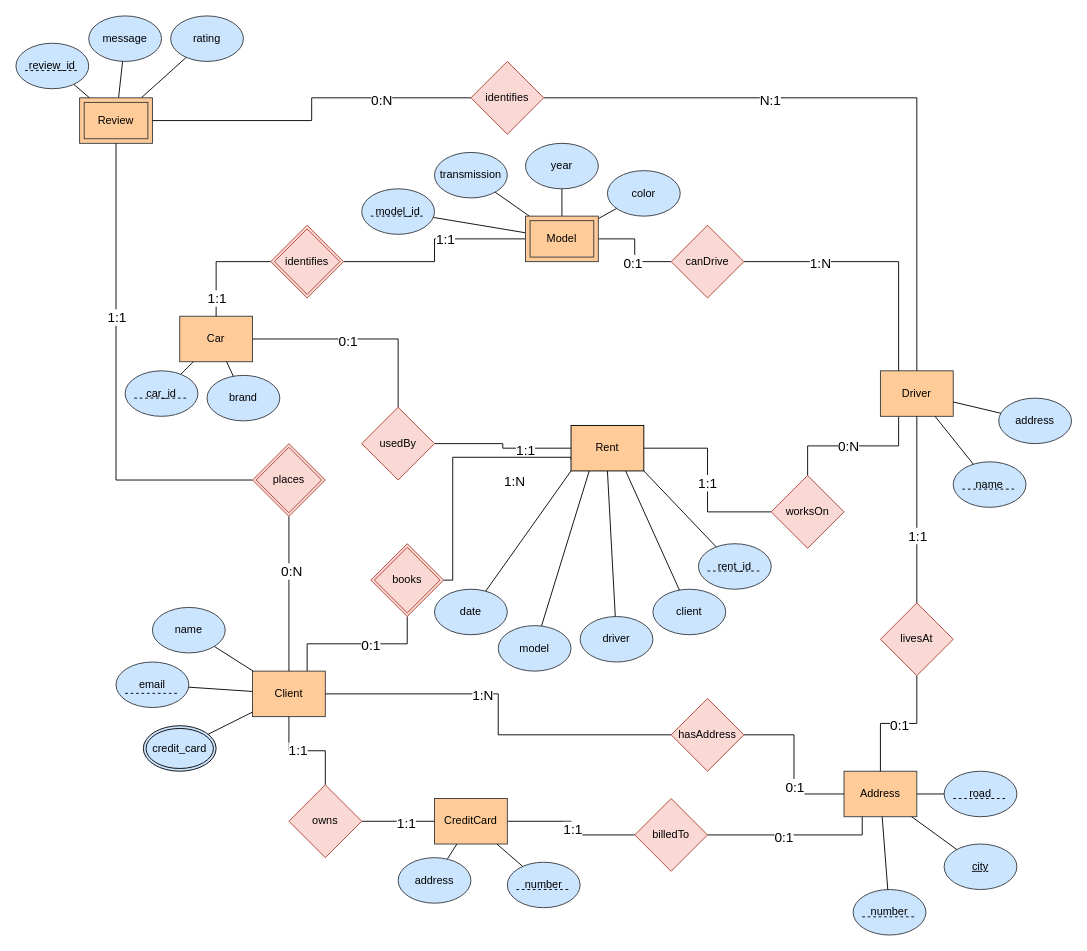
Earlier version of the draw.io diagram 480-ER-Diagram.drawio (p-rinceS/CS-480-Project). Source tidied: cells renumbered, new cells numbered last; positions are measured from the earlier drawing's top-left corner, leaving out a move shared by most shapes. Both pictures are drawn from the tidied source at 91%, with x=0, y=0 at pixel (15, 15).
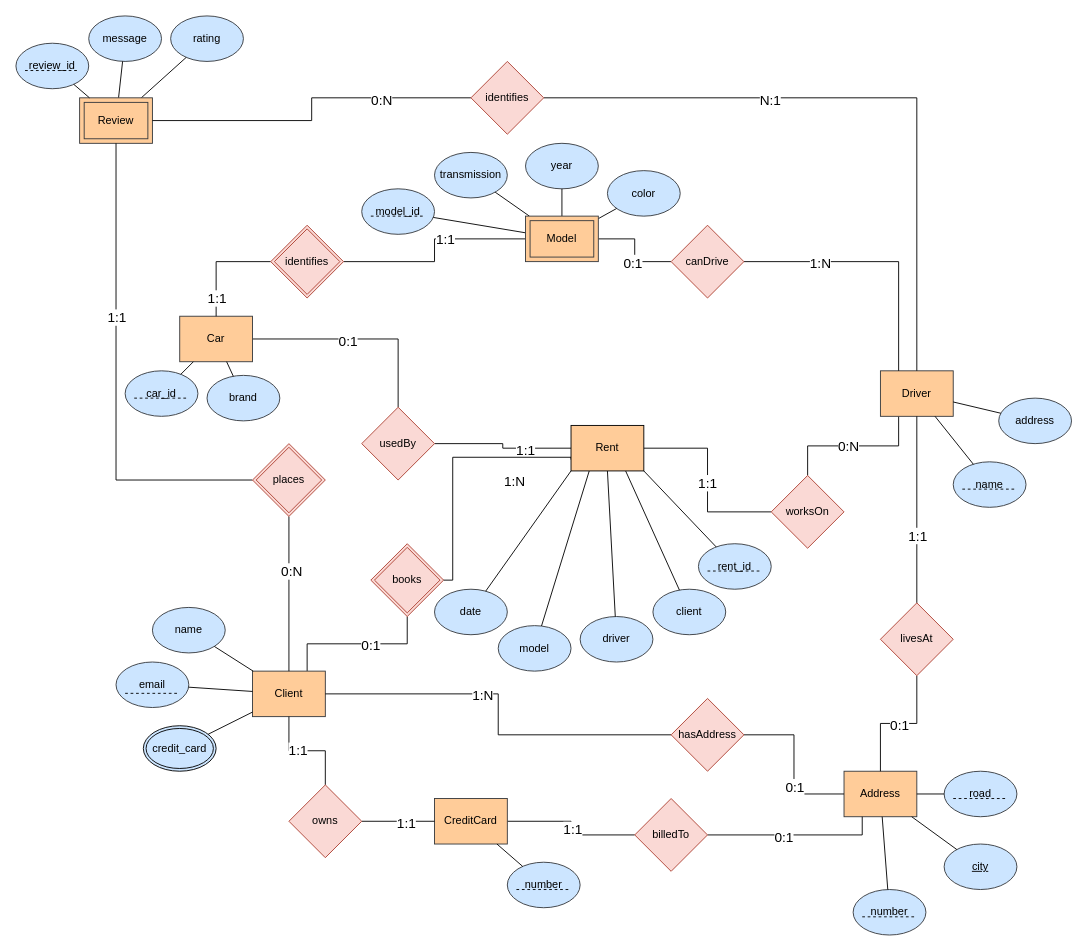
The same page after the edit.

Commit message:
"Removed "address" attribute for "CreditCard"

Unchanged cells that the change refers to:
```xml
<mxCell id="43" value="CreditCard" style="whiteSpace=wrap;html=1;fillColor=#ffcc99;strokeColor=#36393d;" parent="1" vertex="1">
  <mxGeometry x="460" y="860" width="80" height="50" as="geometry" />
</mxCell>
```

The edit, as a diff of the source:
```diff
@@
-    <mxCell id="52" style="endArrow=none;html=1;rounded=0;" parent="1" edge="1" source="53" target="43">
-      <mxGeometry relative="1" as="geometry" />
-    </mxCell>
-    <mxCell id="53" value="address" style="ellipse;whiteSpace=wrap;html=1;fillColor=#cce5ff;strokeColor=#36393d;" parent="1" vertex="1">
-      <mxGeometry x="420" y="925" width="80" height="50" as="geometry" />
-    </mxCell>
```
